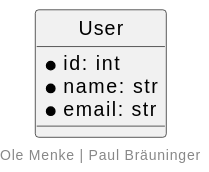
Above: docs/diagrams/out/ER Diagram.svg in Ol86/SWE-Python (PlantUML), before the change.
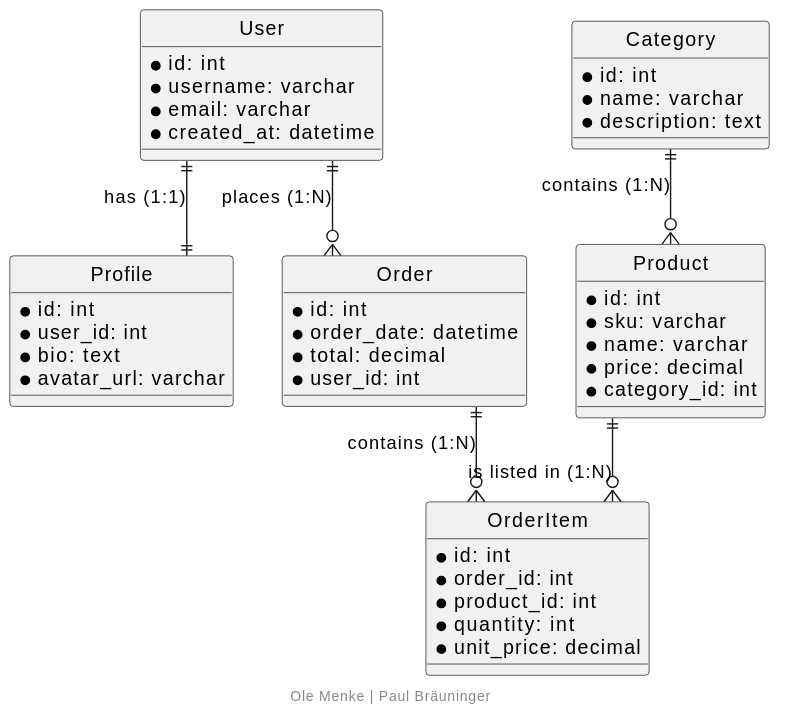
After the change.

Commit message:
Adding a sample scenario to the ER-Diagram and update dependencies. Also add a sample test to the tests folder.

What changed in the source:
```diff
@@ -1,13 +1,59 @@
 @startuml
 hide circle
-
 skinparam linetype ortho
 
 entity "User" as User {
 *id: int
-*name: str
-*email: str
+*username: varchar
+*email: varchar
+*created_at: datetime
 }
+
+entity "Profile" as Profile {
+*id: int
+*user_id: int
+*bio: text
+*avatar_url: varchar
+}
+
+entity "Category" as Category {
+*id: int
+*name: varchar
+*description: text
+}
+
+entity "Product" as Product {
+*id: int
+*sku: varchar
+*name: varchar
+*price: decimal
+*category_id: int
+}
+
+entity "Order" as Order {
+*id: int
+*order_date: datetime
+*total: decimal
+*user_id: int
+}
+
+entity "OrderItem" as OrderItem {
+*id: int
+*order_id: int
+*product_id: int
+*quantity: int
+*unit_price: decimal
+}
+
+User ||--|| Profile : "has (1:1)"
+
+User ||--o{ Order : "places (1:N)"
+
+Category ||--o{ Product : "contains (1:N)"
+
+Order ||--o{ OrderItem : "contains (1:N)"
+
+Product ||--o{ OrderItem : "is listed in (1:N)"
 
 footer Ole Menke | Paul Bräuninger
 @enduml
```
